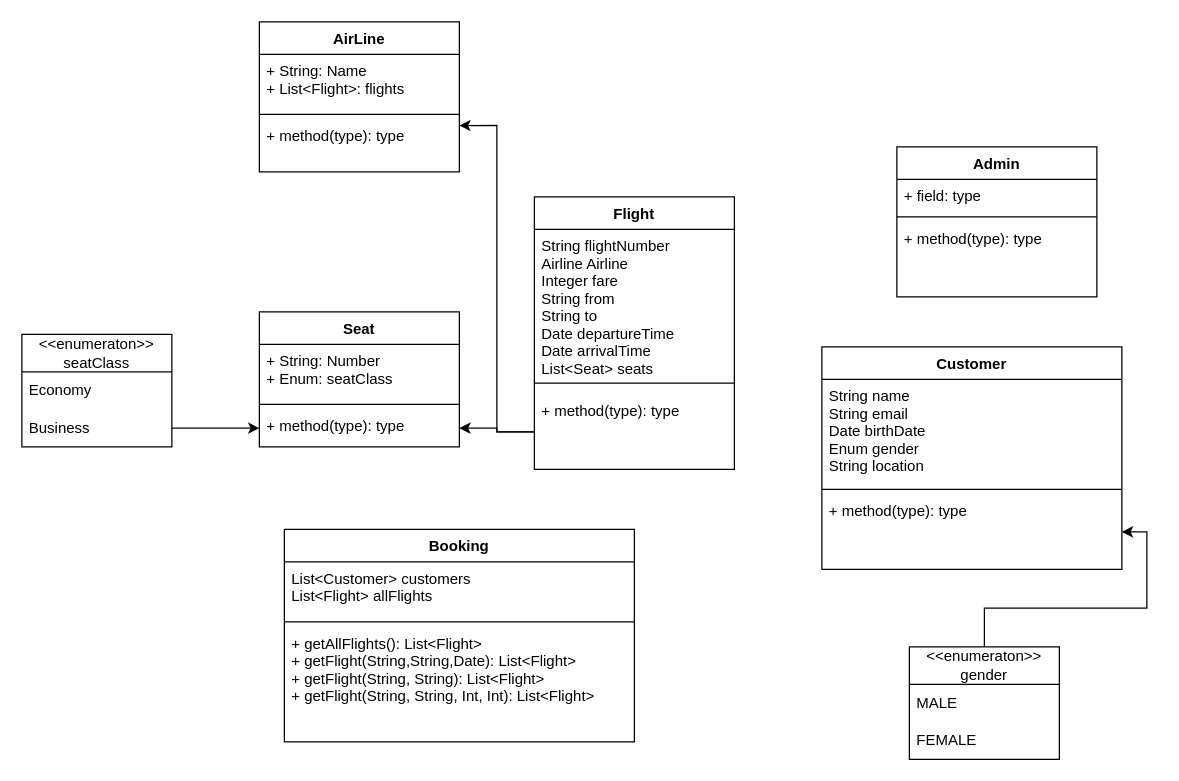
Before: sysdesign.drawio in SirBadr/Flight-Booking-System, a draw.io diagram. Source tidied: cells renumbered, new cells numbered last; positions are measured from the earlier drawing's top-left corner, leaving out a move shared by most shapes. Both pictures are drawn from the tidied source at 125%, with x=0, y=0 at pixel (21, 21).
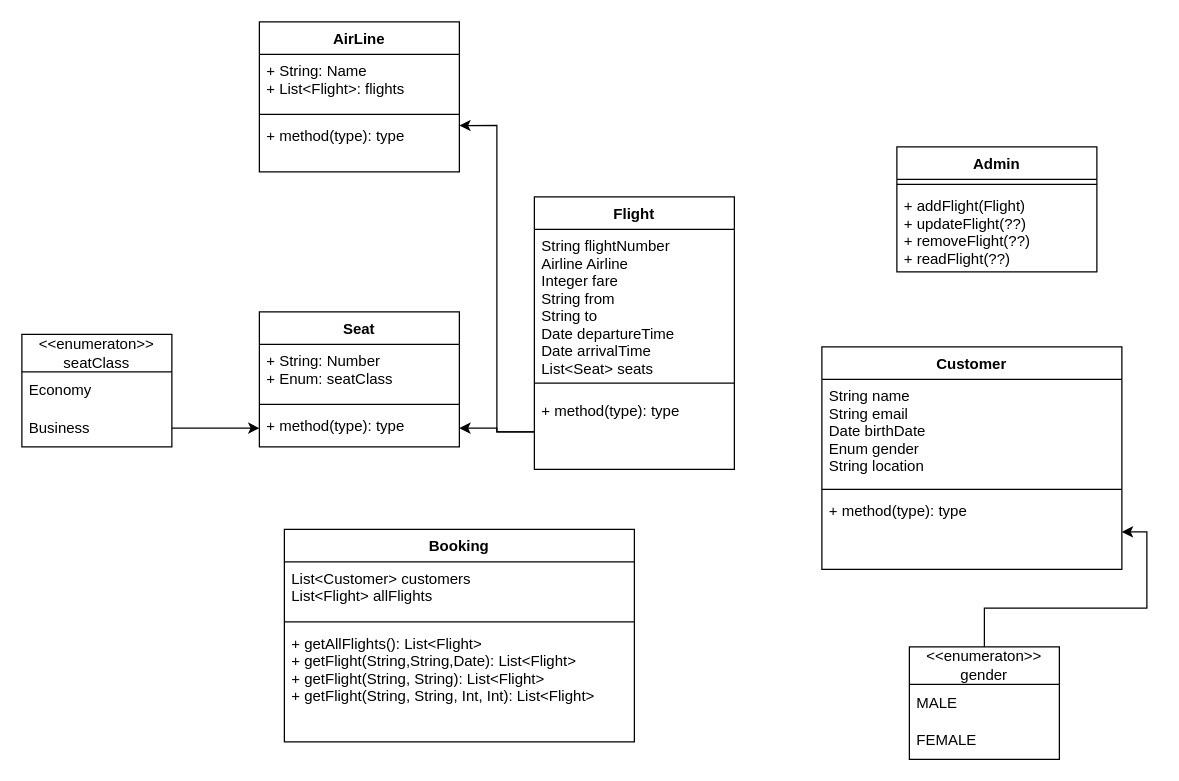
The same diagram, later.

The edit, as a diff of the source:
```diff
@@
     <mxCell id="6" value="Admin" style="swimlane;fontStyle=1;align=center;verticalAlign=top;horizontal=1;startSize=26;" parent="1" vertex="1">
-      <mxGeometry x="700" y="100" width="160" height="120" as="geometry" />
+      <mxGeometry x="700" y="100" width="160" height="100" as="geometry" />
     </mxCell>
-    <mxCell id="7" value="+ field: type" style="text;strokeColor=none;fillColor=none;align=left;verticalAlign=top;spacingLeft=4;spacingRight=4;overflow=hidden;" parent="6" vertex="1">
-      <mxGeometry y="26" width="160" height="26" as="geometry" />
-    </mxCell>
     <mxCell id="8" style="line;strokeWidth=1;fillColor=none;align=left;verticalAlign=middle;spacingTop=-1;spacingLeft=3;spacingRight=3;labelPosition=right;strokeColor=inherit;" parent="6" vertex="1">
-      <mxGeometry y="52" width="160" height="8" as="geometry" />
+      <mxGeometry y="26" width="160" height="8" as="geometry" />
     </mxCell>
-    <mxCell id="9" value="+ method(type): type" style="text;strokeColor=none;fillColor=none;align=left;verticalAlign=top;spacingLeft=4;spacingRight=4;overflow=hidden;" parent="6" vertex="1">
-      <mxGeometry y="60" width="160" height="60" as="geometry" />
+    <mxCell id="9" value="+ addFlight(Flight)&#10;+ updateFlight(??)&#10;+ removeFlight(??)&#10;+ readFlight(??)" style="text;strokeColor=none;fillColor=none;align=left;verticalAlign=top;spacingLeft=4;spacingRight=4;overflow=hidden;" parent="6" vertex="1">
+      <mxGeometry y="34" width="160" height="66" as="geometry" />
     </mxCell>
```
